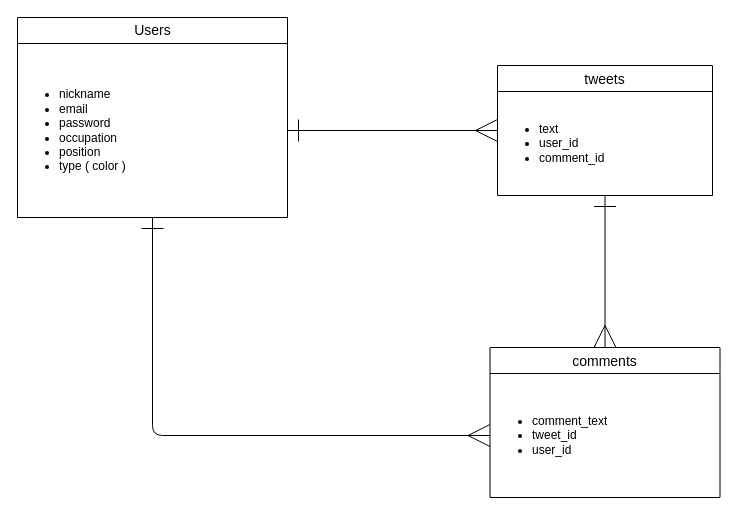
Earlier version of the draw.io diagram Er.dio (rin3124hello/for-style). Source tidied: cells renumbered, new cells numbered last; positions are measured from the earlier drawing's top-left corner, leaving out a move shared by most shapes. Both pictures are drawn from the tidied source at 100%, with x=0, y=0 at pixel (17, 17).
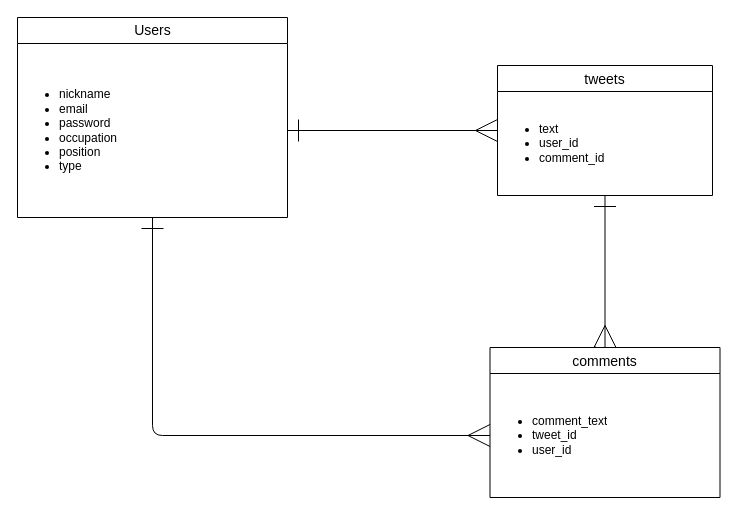
The same page after the edit.

The edit, as a diff of the source:
```diff
@@
 <mxGraphModel>
   <root>
     <mxCell id="0" />
     <mxCell id="1" parent="0" />
     <mxCell id="2" value="Users" style="swimlane;fontStyle=0;horizontal=1;startSize=26;align=center;fontSize=14;html=1;" parent="1" vertex="1">
       <mxGeometry width="270" height="200" as="geometry" />
     </mxCell>
-    <mxCell id="3" value="&lt;ul&gt;&lt;li&gt;nickname&lt;/li&gt;&lt;li&gt;email&lt;/li&gt;&lt;li&gt;password&lt;/li&gt;&lt;li&gt;occupation&lt;/li&gt;&lt;li&gt;position&lt;/li&gt;&lt;li&gt;type ( color )&lt;/li&gt;&lt;/ul&gt;" style="text;strokeColor=none;fillColor=none;html=1;whiteSpace=wrap;verticalAlign=middle;overflow=hidden;" parent="2" vertex="1">
+    <mxCell id="3" value="&lt;ul&gt;&lt;li&gt;nickname&lt;/li&gt;&lt;li&gt;email&lt;/li&gt;&lt;li&gt;password&lt;/li&gt;&lt;li&gt;occupation&lt;/li&gt;&lt;li&gt;position&lt;/li&gt;&lt;li&gt;type&lt;/li&gt;&lt;/ul&gt;" style="text;strokeColor=none;fillColor=none;html=1;whiteSpace=wrap;verticalAlign=middle;overflow=hidden;" parent="2" vertex="1">
       <mxGeometry y="26" width="270" height="174" as="geometry" />
     </mxCell>
     <mxCell id="4" style="edgeStyle=orthogonalEdgeStyle;curved=0;rounded=1;sketch=0;jettySize=auto;html=1;startArrow=ERone;startFill=0;endArrow=ERmany;endFill=0;startSize=20;endSize=20;exitX=1;exitY=0.5;exitDx=0;exitDy=0;" parent="1" edge="1" source="3" target="8">
       <mxGeometry relative="1" as="geometry" />
     </mxCell>
     <mxCell id="5" style="edgeStyle=orthogonalEdgeStyle;curved=0;rounded=1;sketch=0;jettySize=auto;html=1;exitX=0.5;exitY=1;exitDx=0;exitDy=0;entryX=0.5;entryY=0;entryDx=0;entryDy=0;startArrow=ERone;startFill=0;startSize=20;endArrow=ERmany;endFill=0;endSize=20;" parent="1" edge="1" source="9" target="10">
       <mxGeometry relative="1" as="geometry" />
     </mxCell>
     <mxCell id="6" style="edgeStyle=orthogonalEdgeStyle;curved=0;rounded=1;sketch=0;jettySize=auto;html=1;exitX=0.5;exitY=1;exitDx=0;exitDy=0;entryX=0;entryY=0.5;entryDx=0;entryDy=0;startArrow=ERone;startFill=0;startSize=20;endArrow=ERmany;endFill=0;endSize=20;" parent="1" edge="1" source="3" target="11">
       <mxGeometry relative="1" as="geometry" />
     </mxCell>
     <mxCell id="7" style="edgeStyle=orthogonalEdgeStyle;rounded=0;orthogonalLoop=1;jettySize=auto;html=1;exitX=0.5;exitY=0;exitDx=0;exitDy=0;entryX=0.457;entryY=-0.013;entryDx=0;entryDy=0;entryPerimeter=0;" parent="1" edge="1" source="10" target="10">
       <mxGeometry relative="1" as="geometry" />
     </mxCell>
     <mxCell id="8" value="tweets" style="swimlane;fontStyle=0;horizontal=1;startSize=26;align=center;fontSize=14;rounded=0;sketch=0;" parent="1" vertex="1">
       <mxGeometry x="480" y="48" width="215" height="130" as="geometry" />
     </mxCell>
     <mxCell id="9" value="&lt;ul&gt;&lt;li&gt;text&lt;/li&gt;&lt;li&gt;user_id&lt;/li&gt;&lt;li&gt;comment_id&lt;/li&gt;&lt;/ul&gt;" style="text;strokeColor=none;fillColor=none;html=1;whiteSpace=wrap;verticalAlign=middle;overflow=hidden;rounded=0;sketch=0;" parent="8" vertex="1">
       <mxGeometry y="26" width="215" height="104" as="geometry" />
     </mxCell>
     <mxCell id="10" value="comments" style="swimlane;fontStyle=0;horizontal=1;startSize=26;align=center;fontSize=14;rounded=0;sketch=0;" parent="1" vertex="1">
       <mxGeometry x="472.5" y="330" width="230" height="150" as="geometry" />
     </mxCell>
     <mxCell id="11" value="&lt;ul&gt;&lt;li&gt;comment_text&lt;/li&gt;&lt;li&gt;tweet_id&lt;/li&gt;&lt;li&gt;user_id&lt;/li&gt;&lt;/ul&gt;" style="text;strokeColor=none;fillColor=none;html=1;whiteSpace=wrap;verticalAlign=middle;overflow=hidden;rounded=0;sketch=0;" parent="10" vertex="1">
       <mxGeometry y="26" width="230" height="124" as="geometry" />
     </mxCell>
   </root>
 </mxGraphModel>
```
